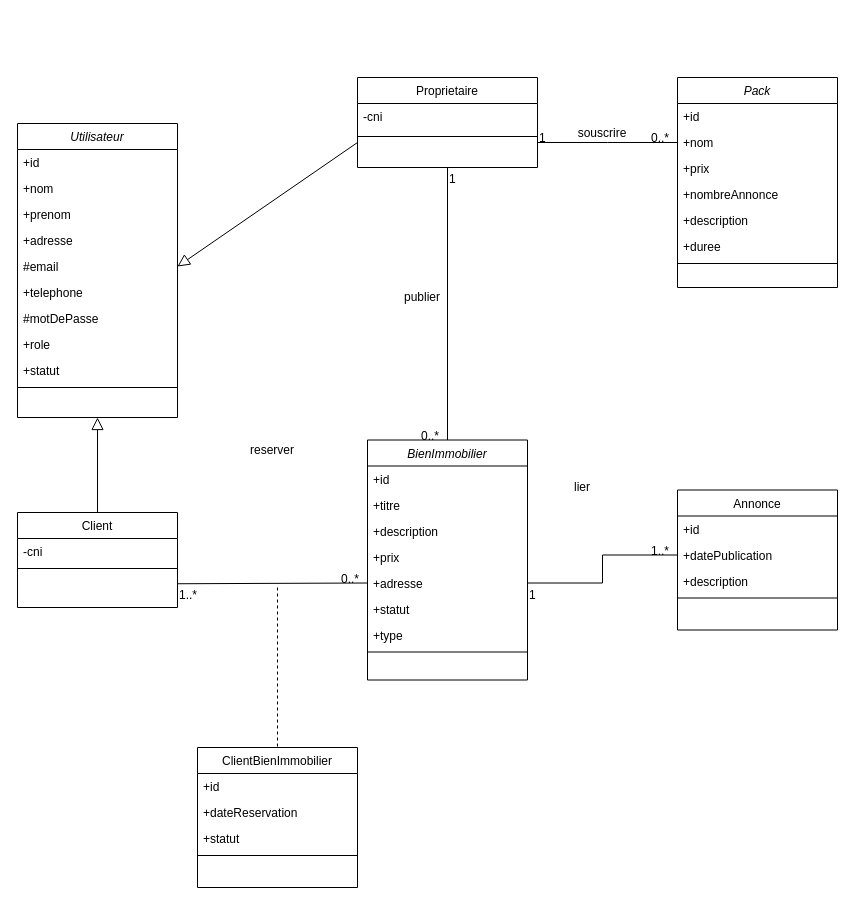
Earlier version of the draw.io diagram Diagrame de Classe.drawio (Tussa-D/diagrammes_mrm). Source tidied: cells renumbered, new cells numbered last; positions are measured from the earlier drawing's top-left corner, leaving out a move shared by most shapes. Both pictures are drawn from the tidied source at 100%, with x=0, y=0 at pixel (17, 77).
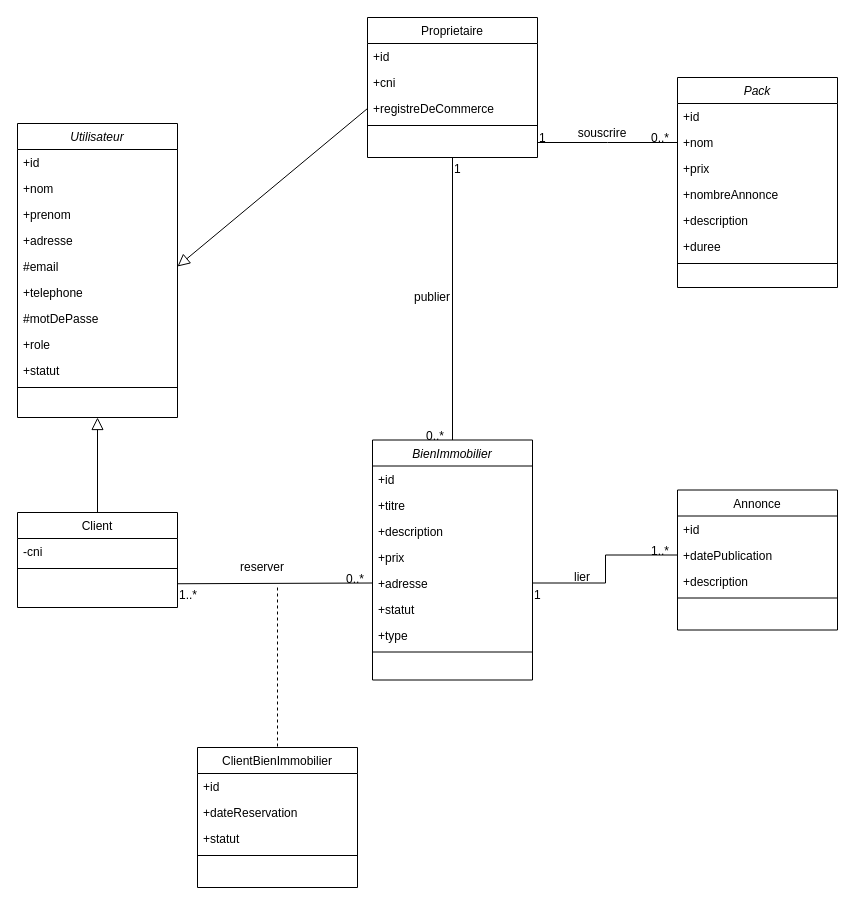
The same page after the edit.

Commit message (it also covers changes not shown here):
Mettre à jour Diagrame de Classe.drawio

Unchanged cells that the change refers to:
```xml
<mxCell id="7" value="#email" style="text;align=left;verticalAlign=top;spacingLeft=4;spacingRight=4;overflow=hidden;points=[[0,0.5],[1,0.5]];portConstraint=eastwest;rounded=0;shadow=0;html=0;" parent="2" vertex="1">
  <mxGeometry y="130" width="160" height="26" as="geometry" />
</mxCell>
```

Change to the diagram source:
```diff
@@
-    <mxCell id="13" value="Proprietaire" style="swimlane;fontStyle=0;align=center;verticalAlign=top;horizontal=1;startSize=26;rounded=0;shadow=0;strokeWidth=1;" parent="1" vertex="1">
-      <mxGeometry x="340" width="180" height="90" as="geometry" />
-    </mxCell>
-    <mxCell id="14" value="-cni" style="text;align=left;verticalAlign=top;spacingLeft=4;spacingRight=4;overflow=hidden;" parent="13" vertex="1">
-      <mxGeometry y="26" width="180" height="26" as="geometry" />
-    </mxCell>
-    <mxCell id="15" style="line;html=1;strokeWidth=1;align=left;verticalAlign=middle;spacingTop=-1;spacingLeft=3;spacingRight=3;labelPosition=right;" parent="13" vertex="1">
-      <mxGeometry y="52" width="180" height="14" as="geometry" />
-    </mxCell>
@@
     <mxCell id="30" value="BienImmobilier" style="swimlane;fontStyle=2;align=center;verticalAlign=top;horizontal=1;startSize=26;rounded=0;shadow=0;strokeWidth=1;" parent="1" vertex="1">
-      <mxGeometry x="350" y="362.5" width="160" height="240" as="geometry" />
+      <mxGeometry x="355" y="362.5" width="160" height="240" as="geometry" />
     </mxCell>
@@
-    <mxCell id="50" style="endArrow=block;endSize=10;endFill=0;shadow=0;strokeWidth=1;rounded=0;elbow=vertical;entryX=1;entryY=0.5;entryDx=0;entryDy=0;exitX=0;exitY=0.5;exitDx=0;exitDy=0;" parent="1" edge="1" target="7">
-      <mxGeometry relative="1" as="geometry">
-        <mxPoint x="340" y="65" as="sourcePoint" />
-      </mxGeometry>
+    <mxCell id="50" style="endArrow=block;endSize=10;endFill=0;shadow=0;strokeWidth=1;rounded=0;elbow=vertical;entryX=1;entryY=0.5;entryDx=0;entryDy=0;exitX=0;exitY=0.5;exitDx=0;exitDy=0;" parent="1" edge="1" source="67" target="7">
+      <mxGeometry relative="1" as="geometry" />
     </mxCell>
@@
     <mxCell id="55" value="publier" style="text;html=1;align=center;verticalAlign=middle;whiteSpace=wrap;rounded=0;" parent="1" vertex="1">
-      <mxGeometry x="380" y="210" width="50" height="20" as="geometry" />
+      <mxGeometry x="390" y="210" width="50" height="20" as="geometry" />
     </mxCell>
@@
     <mxCell id="59" value="lier" style="text;html=1;align=center;verticalAlign=middle;whiteSpace=wrap;rounded=0;" parent="1" vertex="1">
-      <mxGeometry x="540" y="400" width="50" height="20" as="geometry" />
+      <mxGeometry x="540" y="490" width="50" height="20" as="geometry" />
     </mxCell>
@@
     <mxCell id="63" value="reserver" style="text;html=1;align=center;verticalAlign=middle;whiteSpace=wrap;rounded=0;" parent="1" vertex="1">
-      <mxGeometry x="230" y="362.5" width="50" height="20" as="geometry" />
+      <mxGeometry x="220" y="480" width="50" height="20" as="geometry" />
     </mxCell>
@@
+    <mxCell id="13" value="Proprietaire" style="swimlane;fontStyle=0;align=center;verticalAlign=top;horizontal=1;startSize=26;rounded=0;shadow=0;strokeWidth=1;" parent="1" vertex="1">
+      <mxGeometry x="350" y="-60" width="170" height="140" as="geometry" />
+    </mxCell>
+    <mxCell id="65" value="+id" style="text;align=left;verticalAlign=top;spacingLeft=4;spacingRight=4;overflow=hidden;" parent="13" vertex="1">
+      <mxGeometry y="26" width="170" height="26" as="geometry" />
+    </mxCell>
+    <mxCell id="66" value="+cni" style="text;align=left;verticalAlign=top;spacingLeft=4;spacingRight=4;overflow=hidden;rounded=0;shadow=0;html=0;" parent="13" vertex="1">
+      <mxGeometry y="52" width="170" height="26" as="geometry" />
+    </mxCell>
+    <mxCell id="67" value="+registreDeCommerce" style="text;align=left;verticalAlign=top;spacingLeft=4;spacingRight=4;overflow=hidden;points=[[0,0.5],[1,0.5]];portConstraint=eastwest;rounded=0;shadow=0;html=0;" parent="13" vertex="1">
+      <mxGeometry y="78" width="170" height="26" as="geometry" />
+    </mxCell>
+    <mxCell id="68" style="line;html=1;strokeWidth=1;align=left;verticalAlign=middle;spacingTop=-1;spacingLeft=3;spacingRight=3;labelPosition=right;" parent="13" vertex="1">
+      <mxGeometry y="104" width="170" height="8" as="geometry" />
+    </mxCell>
```
